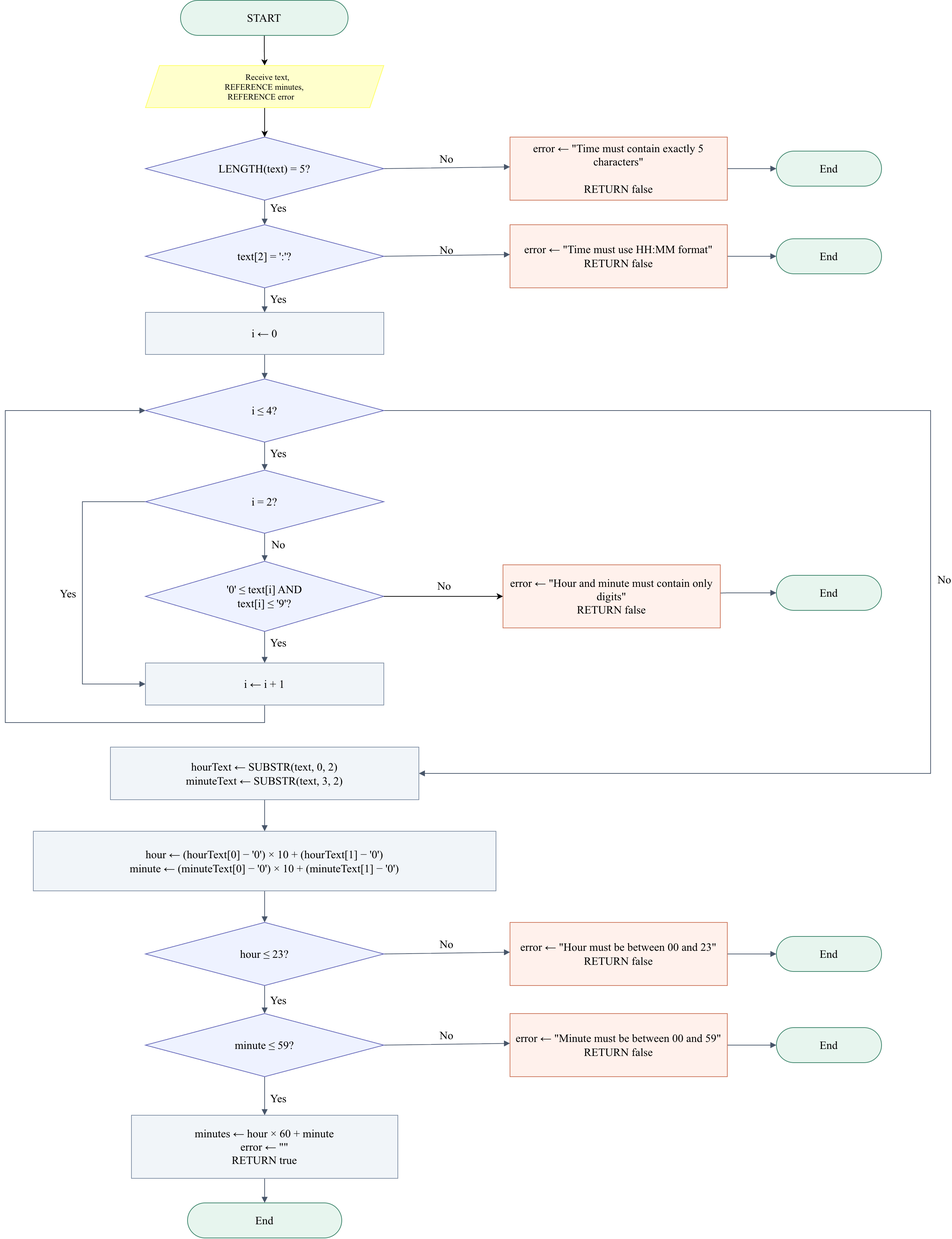
Above: docs/flowcharts/T02-to-minutes.drawio.png in tienthinh202/smartretail-p2-group02 (draw.io), before the change. Source tidied: cells renumbered, new cells last; positions are measured from the earlier drawing's top-left corner, leaving out a move shared by most shapes.
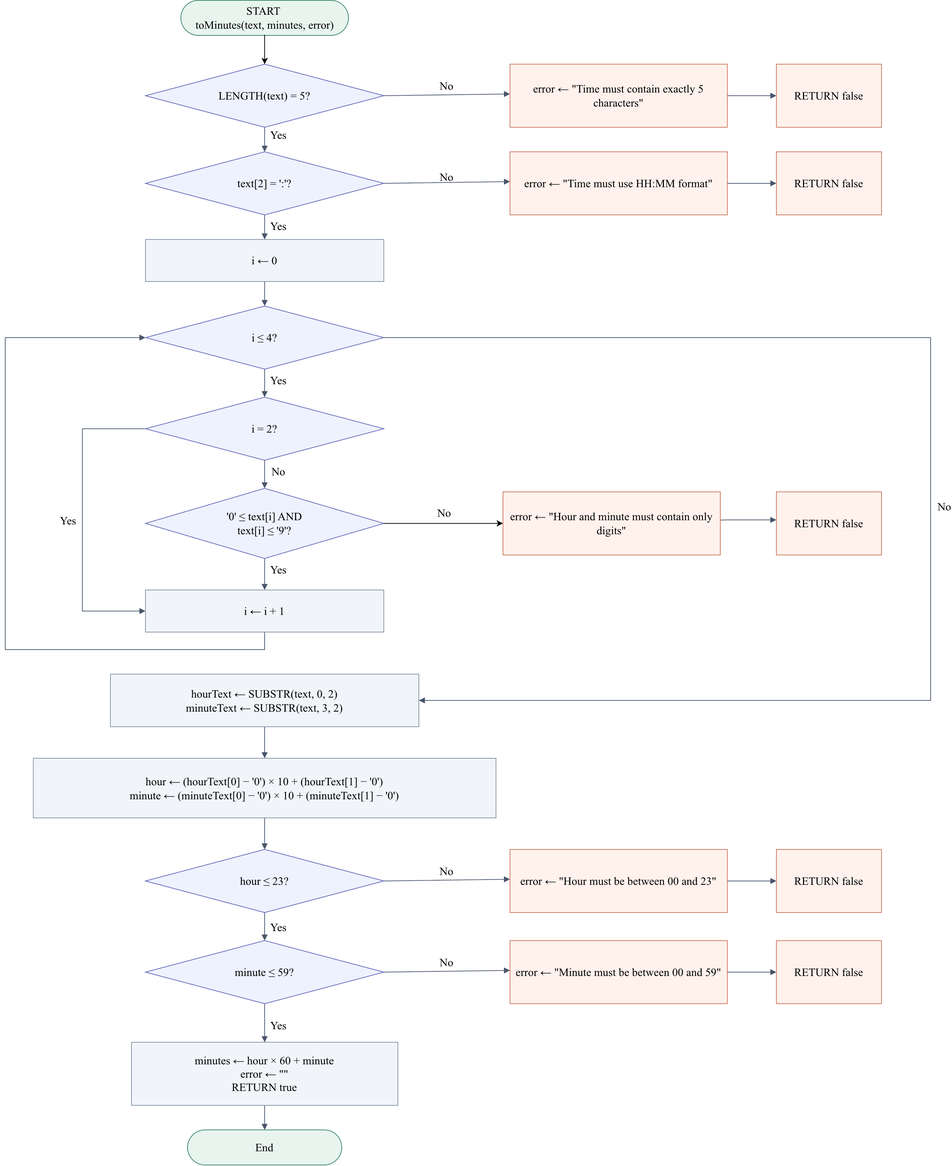
After the commit.

Commit message:
T02b: Correct flowchart symbols and replace linked image

The edit, as a diff of the source:
```diff
@@ -134,9 +134,10 @@
         </Array>
       </mxGeometry>
     </mxCell>
-    <mxCell id="17" style="edgeStyle=none;rounded=0;endArrow=block;html=0;strokeColor=#475569;fontSize=16;fontFamily=Times New Roman;labelBackgroundColor=none;" parent="1" edge="1" target="41">
+    <mxCell id="17" style="edgeStyle=none;rounded=0;endArrow=block;html=0;strokeColor=#475569;fontSize=16;fontFamily=Times New Roman;labelBackgroundColor=none;" parent="1" edge="1">
       <mxGeometry relative="1" as="geometry">
         <mxPoint x="1030" y="240" as="sourcePoint" />
+        <mxPoint x="1100" y="240" as="targetPoint" />
         <Array as="points">
           <mxPoint x="1030" y="240" />
           <mxPoint x="1100" y="240" />
@@ -151,16 +152,18 @@
         </Array>
       </mxGeometry>
     </mxCell>
-    <mxCell id="19" style="edgeStyle=none;rounded=0;endArrow=block;html=0;strokeColor=#475569;fontSize=16;fontFamily=Times New Roman;labelBackgroundColor=none;" parent="1" edge="1" source="42" target="43">
+    <mxCell id="19" style="edgeStyle=none;rounded=0;endArrow=block;html=0;strokeColor=#475569;fontSize=16;fontFamily=Times New Roman;labelBackgroundColor=none;" parent="1" edge="1" source="42">
       <mxGeometry relative="1" as="geometry">
+        <mxPoint x="1100" y="365" as="targetPoint" />
         <Array as="points">
           <mxPoint x="1030" y="365" />
           <mxPoint x="1100" y="365" />
         </Array>
       </mxGeometry>
     </mxCell>
-    <mxCell id="20" style="edgeStyle=none;rounded=0;endArrow=block;html=0;strokeColor=#475569;fontSize=16;fontFamily=Times New Roman;labelBackgroundColor=none;" parent="1" edge="1" source="44" target="45">
+    <mxCell id="20" style="edgeStyle=none;rounded=0;endArrow=block;html=0;strokeColor=#475569;fontSize=16;fontFamily=Times New Roman;labelBackgroundColor=none;" parent="1" edge="1" source="44">
       <mxGeometry relative="1" as="geometry">
+        <mxPoint x="1100" y="845" as="targetPoint" />
         <Array as="points">
           <mxPoint x="1030" y="845" />
           <mxPoint x="1100" y="845" />
@@ -175,8 +178,9 @@
         </Array>
       </mxGeometry>
     </mxCell>
-    <mxCell id="22" style="edgeStyle=none;rounded=0;endArrow=block;html=0;strokeColor=#475569;fontSize=16;fontFamily=Times New Roman;labelBackgroundColor=none;" parent="1" edge="1" source="46" target="47">
+    <mxCell id="22" style="edgeStyle=none;rounded=0;endArrow=block;html=0;strokeColor=#475569;fontSize=16;fontFamily=Times New Roman;labelBackgroundColor=none;" parent="1" edge="1" source="46">
       <mxGeometry relative="1" as="geometry">
+        <mxPoint x="1100" y="1360" as="targetPoint" />
         <Array as="points">
           <mxPoint x="1030" y="1360" />
           <mxPoint x="1100" y="1360" />
@@ -191,19 +195,17 @@
         </Array>
       </mxGeometry>
     </mxCell>
-    <mxCell id="24" style="edgeStyle=none;rounded=0;endArrow=block;html=0;strokeColor=#475569;fontSize=16;fontFamily=Times New Roman;labelBackgroundColor=none;" parent="1" edge="1" source="48" target="49">
+    <mxCell id="24" style="edgeStyle=none;rounded=0;endArrow=block;html=0;strokeColor=#475569;fontSize=16;fontFamily=Times New Roman;labelBackgroundColor=none;" parent="1" edge="1" source="48">
       <mxGeometry relative="1" as="geometry">
+        <mxPoint x="1100" y="1490" as="targetPoint" />
         <Array as="points">
           <mxPoint x="1030" y="1490" />
           <mxPoint x="1100" y="1490" />
         </Array>
       </mxGeometry>
     </mxCell>
-    <mxCell id="25" style="edgeStyle=orthogonalEdgeStyle;rounded=0;jettySize=auto;html=1;defaultLabelBackgroundColor=page;labelPadding=0 4;" parent="1" edge="1" source="26" target="53">
-      <mxGeometry relative="1" as="geometry" />
-    </mxCell>
-    <mxCell id="26" value="START" style="whiteSpace=wrap;html=0;fontSize=16;fillColor=#e7f5ee;strokeColor=#388268;rounded=1;arcSize=50;fontFamily=Times New Roman;labelBackgroundColor=none;" parent="1" vertex="1">
-      <mxGeometry x="250" width="239" height="50" as="geometry" />
+    <mxCell id="26" value="START &#10;toMinutes(text, minutes, error)" style="whiteSpace=wrap;html=0;fontSize=16;fillColor=#e7f5ee;strokeColor=#388268;rounded=1;arcSize=50;fontFamily=Times New Roman;labelBackgroundColor=none;" parent="1" vertex="1">
+      <mxGeometry x="250.5" y="104" width="239" height="50" as="geometry" />
     </mxCell>
     <mxCell id="27" value="LENGTH(text) = 5?" style="whiteSpace=wrap;html=0;fontSize=16;fillColor=#eef2ff;strokeColor=#6366b8;rhombus;fontFamily=Times New Roman;labelBackgroundColor=none;" parent="1" vertex="1">
       <mxGeometry x="200" y="195" width="340" height="90" as="geometry" />
@@ -244,36 +246,21 @@
     <mxCell id="39" value="End" style="whiteSpace=wrap;html=0;fontSize=16;fillColor=#e7f5ee;strokeColor=#388268;rounded=1;arcSize=50;fontFamily=Times New Roman;labelBackgroundColor=none;" parent="1" vertex="1">
       <mxGeometry x="260" y="1715" width="220" height="50" as="geometry" />
     </mxCell>
-    <mxCell id="40" value="error ← &quot;Time must contain exactly 5 characters&quot;&#10;&#10;RETURN false" style="whiteSpace=wrap;html=0;fontSize=16;fillColor=#fff1ec;strokeColor=#cc765b;rounded=0;fontStyle=0;fontFamily=Times New Roman;labelBackgroundColor=none;" parent="1" vertex="1">
+    <mxCell id="40" value="error ← &quot;Time must contain exactly 5 characters&quot;" style="whiteSpace=wrap;html=0;fontSize=16;fillColor=#fff1ec;strokeColor=#cc765b;rounded=0;fontStyle=0;fontFamily=Times New Roman;labelBackgroundColor=none;" parent="1" vertex="1">
       <mxGeometry x="720" y="195" width="310" height="90" as="geometry" />
     </mxCell>
-    <mxCell id="41" value="End" style="whiteSpace=wrap;html=0;fontSize=16;fillColor=#e7f5ee;strokeColor=#388268;rounded=1;arcSize=50;fontFamily=Times New Roman;labelBackgroundColor=none;" parent="1" vertex="1">
-      <mxGeometry x="1100" y="215" width="150" height="50" as="geometry" />
-    </mxCell>
-    <mxCell id="42" value="error ← &quot;Time must use HH:MM format&quot;&#10;RETURN false" style="whiteSpace=wrap;html=0;fontSize=16;fillColor=#fff1ec;strokeColor=#cc765b;rounded=0;fontFamily=Times New Roman;labelBackgroundColor=none;" parent="1" vertex="1">
+    <mxCell id="42" value="error ← &quot;Time must use HH:MM format&quot;" style="whiteSpace=wrap;html=0;fontSize=16;fillColor=#fff1ec;strokeColor=#cc765b;rounded=0;fontFamily=Times New Roman;labelBackgroundColor=none;" parent="1" vertex="1">
       <mxGeometry x="720" y="320" width="310" height="90" as="geometry" />
     </mxCell>
-    <mxCell id="43" value="End" style="whiteSpace=wrap;html=0;fontSize=16;fillColor=#e7f5ee;strokeColor=#388268;rounded=1;arcSize=50;fontFamily=Times New Roman;labelBackgroundColor=none;" parent="1" vertex="1">
-      <mxGeometry x="1100" y="340" width="150" height="50" as="geometry" />
-    </mxCell>
-    <mxCell id="44" value="error ← &quot;Hour and minute must contain only digits&quot;&#10;RETURN false" style="whiteSpace=wrap;html=0;fontSize=16;fillColor=#fff1ec;strokeColor=#cc765b;rounded=0;fontFamily=Times New Roman;labelBackgroundColor=none;" parent="1" vertex="1">
+    <mxCell id="44" value="error ← &quot;Hour and minute must contain only digits&quot;" style="whiteSpace=wrap;html=0;fontSize=16;fillColor=#fff1ec;strokeColor=#cc765b;rounded=0;fontFamily=Times New Roman;labelBackgroundColor=none;" parent="1" vertex="1">
       <mxGeometry x="710" y="805" width="310" height="90" as="geometry" />
     </mxCell>
-    <mxCell id="45" value="End" style="whiteSpace=wrap;html=0;fontSize=16;fillColor=#e7f5ee;strokeColor=#388268;rounded=1;arcSize=50;fontFamily=Times New Roman;labelBackgroundColor=none;" parent="1" vertex="1">
-      <mxGeometry x="1100" y="820" width="150" height="50" as="geometry" />
-    </mxCell>
-    <mxCell id="46" value="error ← &quot;Hour must be between 00 and 23&quot;&#10;RETURN false" style="whiteSpace=wrap;html=0;fontSize=16;fillColor=#fff1ec;strokeColor=#cc765b;rounded=0;fontFamily=Times New Roman;labelBackgroundColor=none;" parent="1" vertex="1">
+    <mxCell id="46" value="error ← &quot;Hour must be between 00 and 23&quot;" style="whiteSpace=wrap;html=0;fontSize=16;fillColor=#fff1ec;strokeColor=#cc765b;rounded=0;fontFamily=Times New Roman;labelBackgroundColor=none;" parent="1" vertex="1">
       <mxGeometry x="720" y="1315" width="310" height="90" as="geometry" />
     </mxCell>
-    <mxCell id="47" value="End" style="whiteSpace=wrap;html=0;fontSize=16;fillColor=#e7f5ee;strokeColor=#388268;rounded=1;arcSize=50;fontFamily=Times New Roman;labelBackgroundColor=none;" parent="1" vertex="1">
-      <mxGeometry x="1100" y="1335" width="150" height="50" as="geometry" />
-    </mxCell>
-    <mxCell id="48" value="error ← &quot;Minute must be between 00 and 59&quot;&#10;RETURN false" style="whiteSpace=wrap;html=0;fontSize=16;fillColor=#fff1ec;strokeColor=#cc765b;rounded=0;fontFamily=Times New Roman;labelBackgroundColor=none;" parent="1" vertex="1">
+    <mxCell id="48" value="error ← &quot;Minute must be between 00 and 59&quot;" style="whiteSpace=wrap;html=0;fontSize=16;fillColor=#fff1ec;strokeColor=#cc765b;rounded=0;fontFamily=Times New Roman;labelBackgroundColor=none;" parent="1" vertex="1">
       <mxGeometry x="720" y="1445" width="310" height="90" as="geometry" />
     </mxCell>
-    <mxCell id="49" value="End" style="whiteSpace=wrap;html=0;fontSize=16;fillColor=#e7f5ee;strokeColor=#388268;rounded=1;arcSize=50;fontFamily=Times New Roman;labelBackgroundColor=none;" parent="1" vertex="1">
-      <mxGeometry x="1100" y="1465" width="150" height="50" as="geometry" />
-    </mxCell>
     <mxCell id="50" style="endArrow=classic;html=1;rounded=0;defaultLabelBackgroundColor=page;labelPadding=0 4;fontSize=16;" parent="1" edge="1">
       <mxGeometry relative="1" as="geometry">
         <mxPoint x="540" y="850" as="sourcePoint" />
@@ -285,11 +272,25 @@
         <mxPoint x="1" y="-16" as="offset" />
       </mxGeometry>
     </mxCell>
-    <mxCell id="52" style="edgeStyle=orthogonalEdgeStyle;rounded=0;jettySize=auto;html=1;defaultLabelBackgroundColor=page;labelPadding=0 4;" parent="1" edge="1" source="53" target="27">
-      <mxGeometry relative="1" as="geometry" />
+    <mxCell id="52" style="edgeStyle=orthogonalEdgeStyle;rounded=0;jettySize=auto;html=1;defaultLabelBackgroundColor=page;labelPadding=0 4;" parent="1" edge="1" target="27">
+      <mxGeometry relative="1" as="geometry">
+        <mxPoint x="370" y="153" as="sourcePoint" />
+      </mxGeometry>
     </mxCell>
-    <mxCell id="53" value="&lt;div&gt;Receive text,&lt;/div&gt;&lt;div&gt;REFERENCE minutes,&lt;/div&gt;&lt;div&gt;REFERENCE error&lt;/div&gt;" style="shape=parallelogram;perimeter=parallelogramPerimeter;whiteSpace=wrap;html=1;shapeInside=1;fixedSize=1;fontFamily=Times New Roman;fillColor=#FFFFCC;strokeColor=light-dark(#FFFF66,#996500);" parent="1" vertex="1">
-      <mxGeometry x="200" y="93" width="340" height="60" as="geometry" />
-    </mxCell>
+    <mxCell id="54" value="RETURN false" style="whiteSpace=wrap;html=0;fontSize=16;fillColor=#fff1ec;strokeColor=#cc765b;rounded=0;fontStyle=0;fontFamily=Times New Roman;labelBackgroundColor=none;" parent="1" vertex="1">
+      <mxGeometry x="1100" y="195" width="150" height="90" as="geometry" />
+    </mxCell>
+    <mxCell id="55" value="RETURN false" style="whiteSpace=wrap;html=0;fontSize=16;fillColor=#fff1ec;strokeColor=#cc765b;rounded=0;fontStyle=0;fontFamily=Times New Roman;labelBackgroundColor=none;" parent="1" vertex="1">
+      <mxGeometry x="1100" y="320" width="150" height="90" as="geometry" />
+    </mxCell>
+    <mxCell id="56" value="RETURN false" style="whiteSpace=wrap;html=0;fontSize=16;fillColor=#fff1ec;strokeColor=#cc765b;rounded=0;fontStyle=0;fontFamily=Times New Roman;labelBackgroundColor=none;" parent="1" vertex="1">
+      <mxGeometry x="1100" y="805" width="150" height="90" as="geometry" />
+    </mxCell>
+    <mxCell id="57" value="RETURN false" style="whiteSpace=wrap;html=0;fontSize=16;fillColor=#fff1ec;strokeColor=#cc765b;rounded=0;fontStyle=0;fontFamily=Times New Roman;labelBackgroundColor=none;" parent="1" vertex="1">
+      <mxGeometry x="1100" y="1315" width="150" height="90" as="geometry" />
+    </mxCell>
+    <mxCell id="58" value="RETURN false" style="whiteSpace=wrap;html=0;fontSize=16;fillColor=#fff1ec;strokeColor=#cc765b;rounded=0;fontStyle=0;fontFamily=Times New Roman;labelBackgroundColor=none;" parent="1" vertex="1">
+      <mxGeometry x="1100" y="1445" width="150" height="90" as="geometry" />
+    </mxCell>
   </root>
 </mxGraphModel>
```
